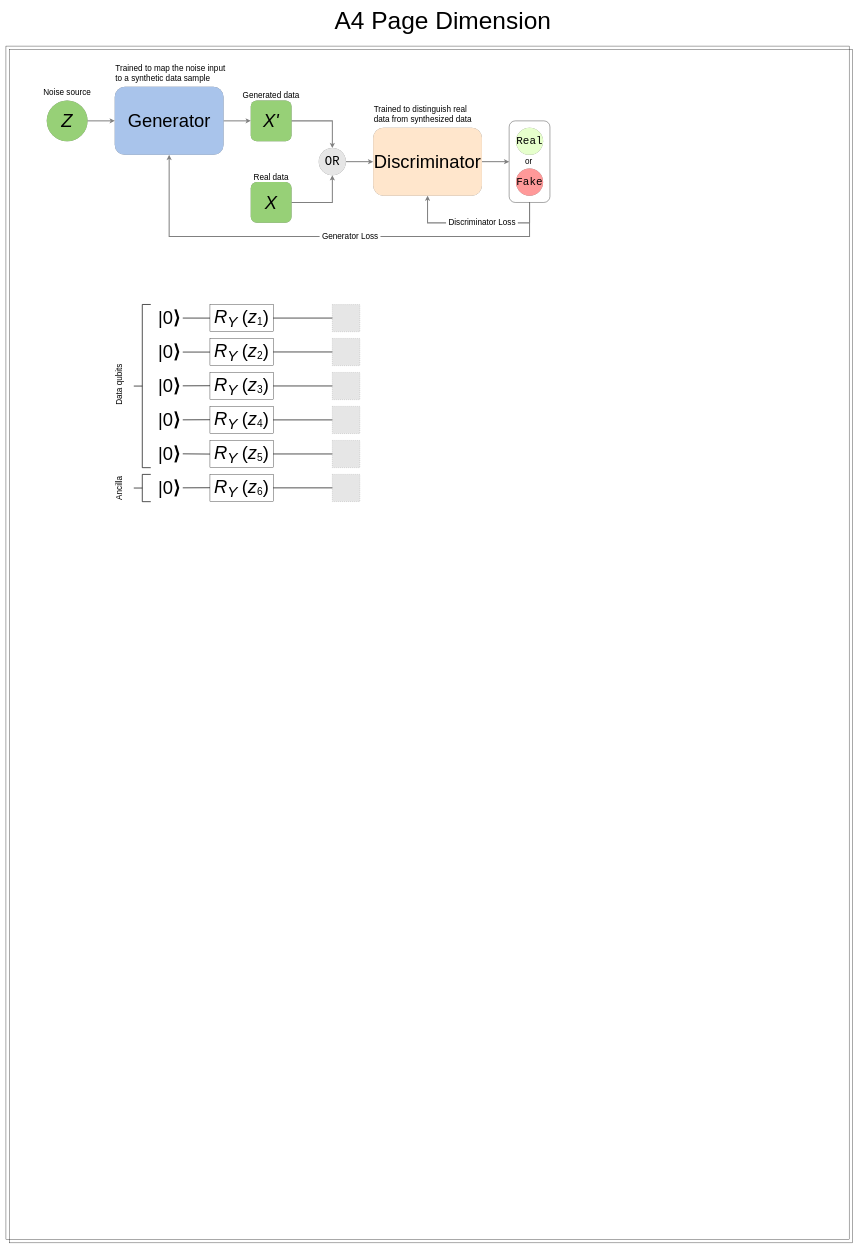
Earlier version of the draw.io diagram Thesis_General_Plots.drawio (BiancaMass/Diagrams). Source tidied: cells renumbered, new cells numbered last; positions are measured from the earlier drawing's top-left corner, leaving out a move shared by most shapes. Both pictures are drawn from the tidied source at 34%, with x=0, y=0 at pixel (6, 15). Pictures stored in the file or linked from it are replaced by grey dashed boxes.
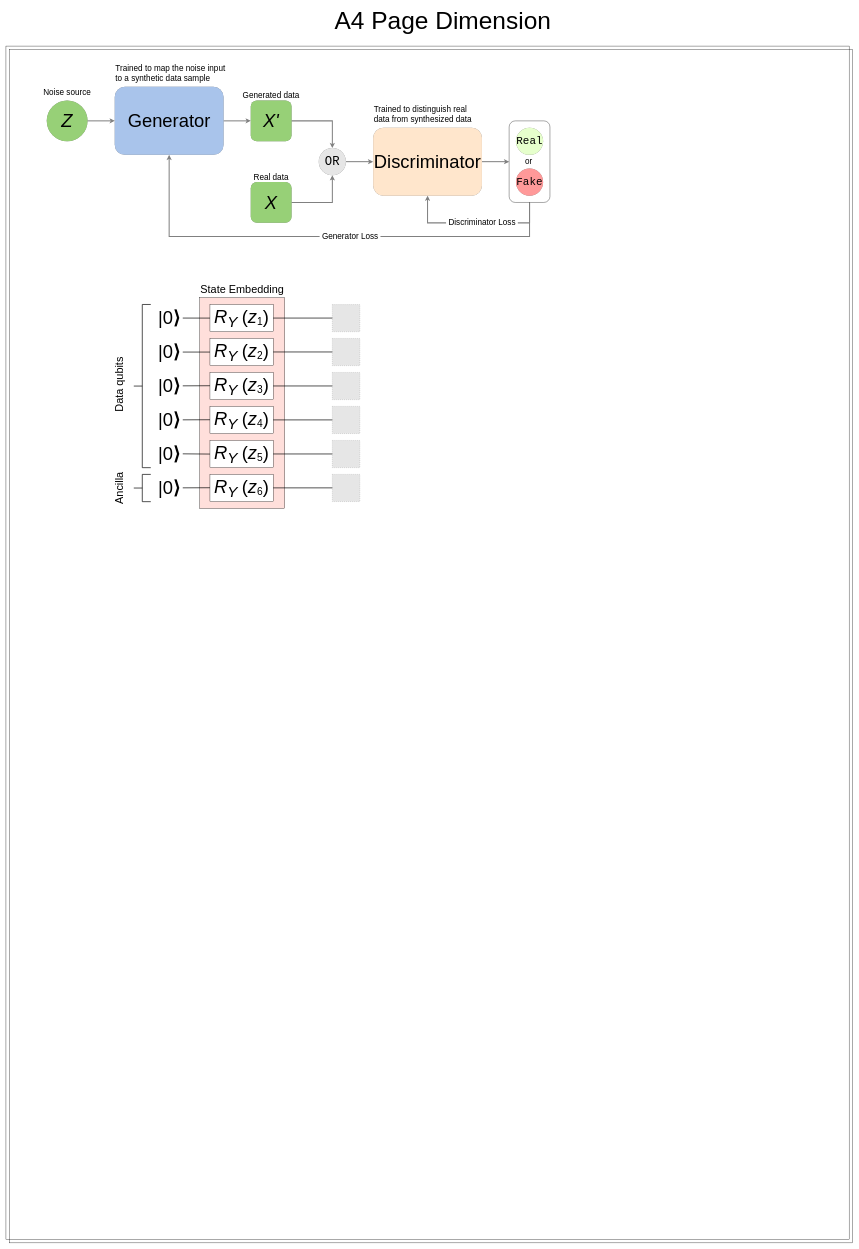
After the change.

What changed in the source:
```diff
@@
+    <mxCell id="64" style="rounded=0;whiteSpace=wrap;html=1;fillColor=#FFDFDB;" parent="1" vertex="1">
+      <mxGeometry x="570" y="830" width="250" height="620" as="geometry" />
+    </mxCell>
@@
-    <mxCell id="62" value="&lt;font face=&quot;Helvetica&quot; style=&quot;font-size: 24px;&quot;&gt;Data qubits&lt;/font&gt;" style="text;html=1;align=center;verticalAlign=middle;whiteSpace=wrap;rounded=0;rotation=-90;" parent="1" vertex="1">
-      <mxGeometry x="250" y="1070" width="170" height="30" as="geometry" />
+    <mxCell id="62" value="&lt;font face=&quot;Helvetica&quot; style=&quot;font-size: 32px;&quot;&gt;Data qubits&lt;/font&gt;" style="text;html=1;align=center;verticalAlign=middle;whiteSpace=wrap;rounded=0;rotation=-90;" parent="1" vertex="1">
+      <mxGeometry x="205" y="1070" width="260" height="30" as="geometry" />
     </mxCell>
-    <mxCell id="63" value="&lt;font face=&quot;Helvetica&quot; style=&quot;font-size: 24px;&quot;&gt;Ancilla&lt;/font&gt;" style="text;html=1;align=center;verticalAlign=middle;whiteSpace=wrap;rounded=0;rotation=-90;" parent="1" vertex="1">
+    <mxCell id="63" value="&lt;font face=&quot;Helvetica&quot; style=&quot;font-size: 32px;&quot;&gt;Ancilla&lt;/font&gt;" style="text;html=1;align=center;verticalAlign=middle;whiteSpace=wrap;rounded=0;rotation=-90;" parent="1" vertex="1">
       <mxGeometry x="250" y="1374.9" width="170" height="30" as="geometry" />
     </mxCell>
+    <mxCell id="65" value="&lt;font face=&quot;Helvetica&quot; style=&quot;font-size: 32px;&quot;&gt;State Embedding&lt;/font&gt;" style="text;html=1;align=center;verticalAlign=middle;whiteSpace=wrap;rounded=0;rotation=0;" parent="1" vertex="1">
+      <mxGeometry x="565" y="790" width="260" height="30" as="geometry" />
+    </mxCell>
```
